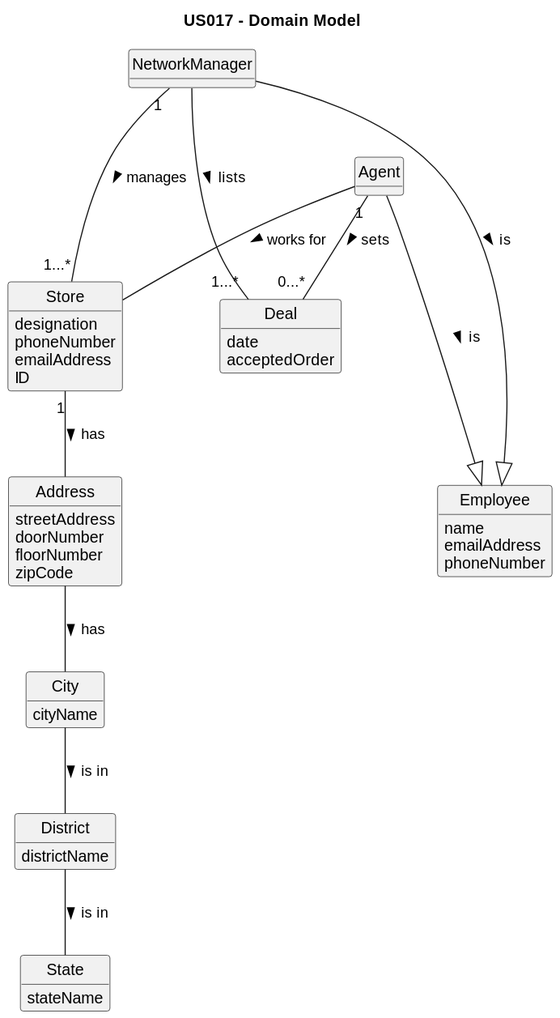
The PlantUML diagram docs/sprintD/us017/02.analysis/svg/us017-domain-model.svg in 1220812/LAPR2, before a commit. The source it was exported from:
```plantuml
@startuml
skinparam monochrome true
skinparam packageStyle rectangle
skinparam shadowing false
skinparam linetype dashed


hide circle
hide methods

title US017 - Domain Model

class Deal{
date
acceptedOrder
}

class Store{
designation
phoneNumber
emailAddress
ID
}

class Address{
streetAddress
doorNumber
floorNumber
zipCode
}

class State{
stateName
}

class District{
districtName
}

class City{
cityName
}

class NetworkManager{
}

class Employee{
name
emailAddress
phoneNumber
}

class Agent{}


Store "1" -- Address : has >
Address -- City : has >
City -- District : is in >
District -- State : is in >
NetworkManager --- "1...*" Deal : lists >
NetworkManager --|> Employee : is >
Agent ---|> Employee : is >
Agent "1" -- "0...*" Deal : sets >
Agent -- Store : works for >
NetworkManager "1" --- "1...*" Store : manages >
@enduml
```
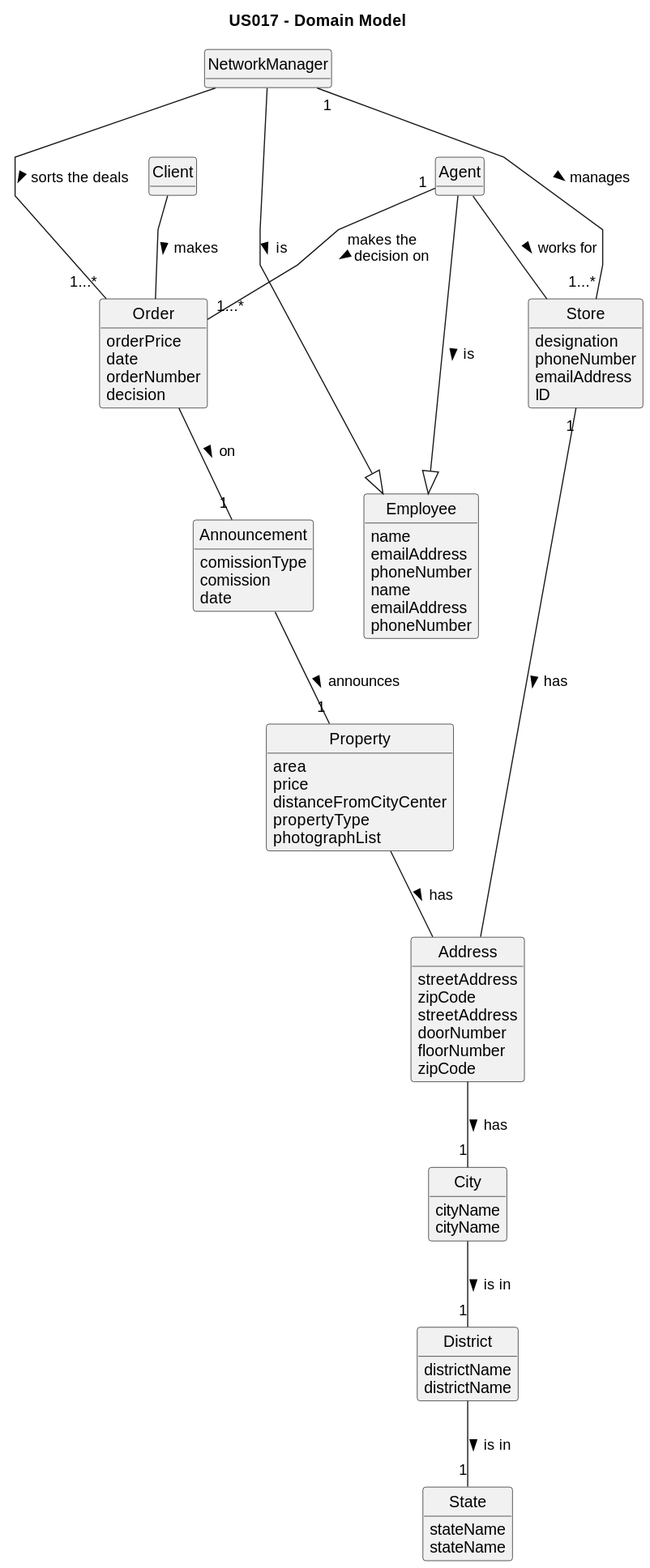
The same diagram one commit later.

Change to the diagram source:
```diff
@@ -2,17 +2,61 @@
 skinparam monochrome true
 skinparam packageStyle rectangle
 skinparam shadowing false
-skinparam linetype dashed
+skinparam linetype polyline
 
 
 hide circle
 hide methods
 
 title US017 - Domain Model
+class Address{
+streetAddress
+zipCode
+}
 
-class Deal{
+class State{
+stateName
+}
+
+class District{
+districtName
+}
+
+class City{
+cityName
+}
+
+class Agent{
+}
+
+class Employee{
+name
+emailAddress
+phoneNumber
+}
+
+class Order{
+orderPrice
 date
-acceptedOrder
+orderNumber
+decision
+}
+
+class Announcement{
+comissionType
+comission
+date
+}
+
+class Client{
+}
+
+class Property{
+area
+price
+distanceFromCityCenter
+propertyType
+photographList
 }
 
 class Store{
@@ -50,17 +94,18 @@
 phoneNumber
 }
 
-class Agent{}
-
-
 Store "1" -- Address : has >
-Address -- City : has >
-City -- District : is in >
-District -- State : is in >
-NetworkManager --- "1...*" Deal : lists >
+Address -- "1" City : has >
+City -- "1" District : is in >
+District -- "1" State : is in >
+NetworkManager --- "1...*" Order : sorts the deals >
 NetworkManager --|> Employee : is >
 Agent ---|> Employee : is >
-Agent "1" -- "0...*" Deal : sets >
+Agent "1" -- "1...*" Order : makes the \ndecision on  >
 Agent -- Store : works for >
 NetworkManager "1" --- "1...*" Store : manages >
+Property -- Address : has >
+Order -- "1" Announcement : on >
+Announcement -- "1" Property : announces >
+Client -- Order : makes >
 @enduml
```
